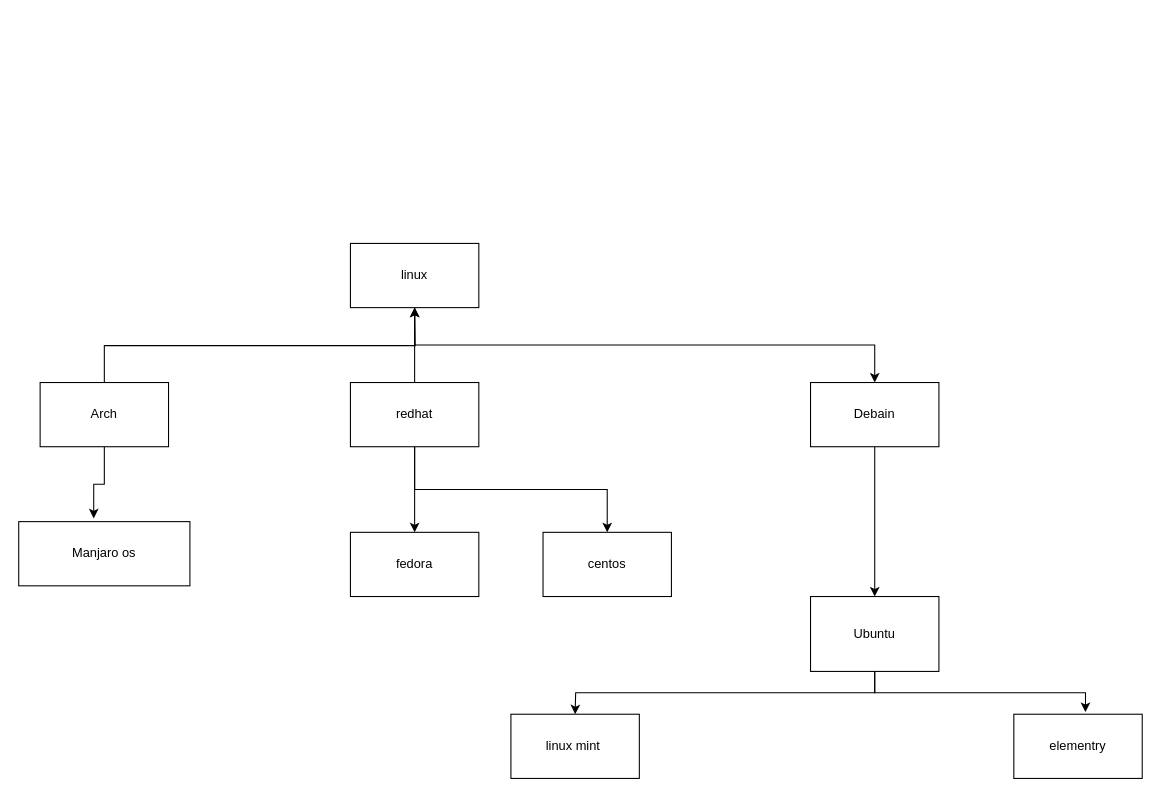
pranshushah/container_diagrams keeps this draw.io diagram as page "linux-os" (14 of 16) of Untitled Diagram.drawio. Above is the earlier version. Source tidied: cells renumbered, new cells numbered last; positions are measured from the earlier drawing's top-left corner, leaving out a move shared by most shapes. Both pictures are drawn from the tidied source at 107%, with x=0, y=0 at pixel (18, 243).
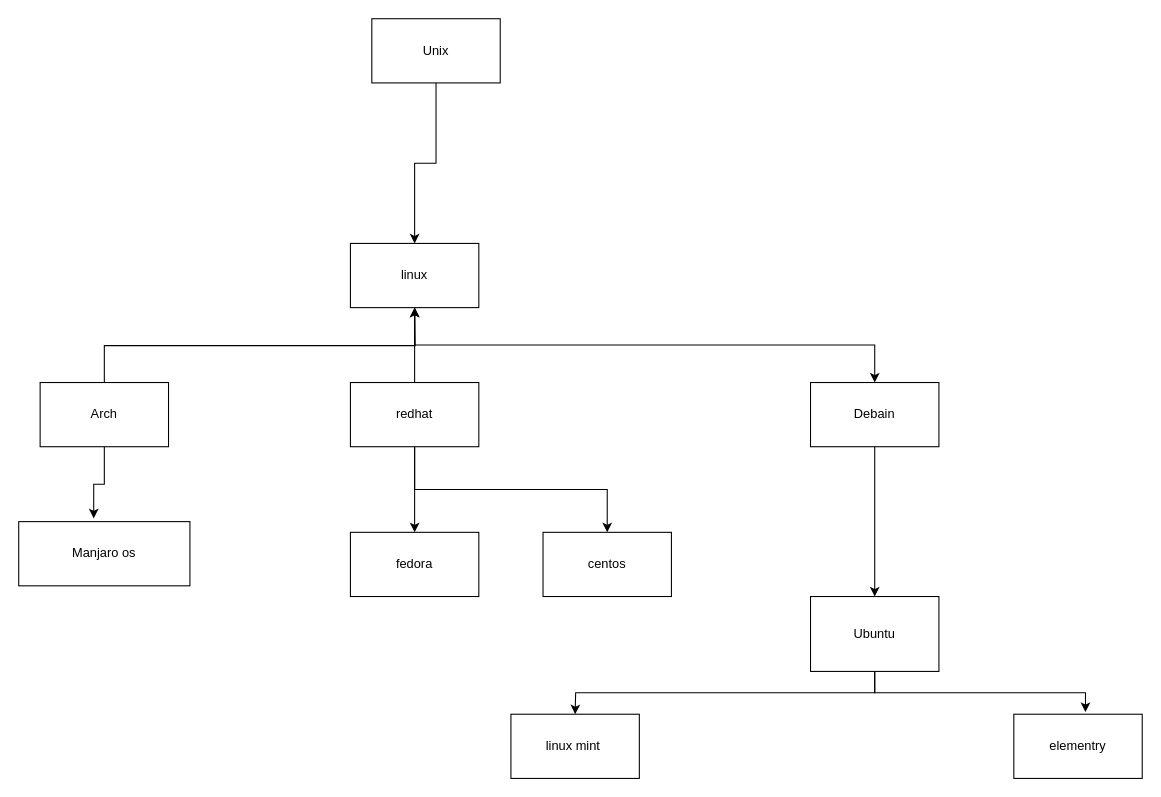
The same diagram, later.

Unchanged cells that the change refers to:
```xml
<mxCell id="3" value="linux" style="rounded=0;whiteSpace=wrap;html=1;" parent="1" vertex="1">
  <mxGeometry x="310" width="120" height="60" as="geometry" />
</mxCell>
```

Change to the diagram source:
```diff
@@
+    <mxCell id="21" style="edgeStyle=orthogonalEdgeStyle;rounded=0;jettySize=auto;html=1;exitX=0.5;exitY=1;exitDx=0;exitDy=0;" parent="1" edge="1" source="22" target="3">
+      <mxGeometry relative="1" as="geometry" />
+    </mxCell>
+    <mxCell id="22" value="Unix" style="whiteSpace=wrap;html=1;" parent="1" vertex="1">
+      <mxGeometry x="330" y="-210" width="120" height="60" as="geometry" />
+    </mxCell>
```
